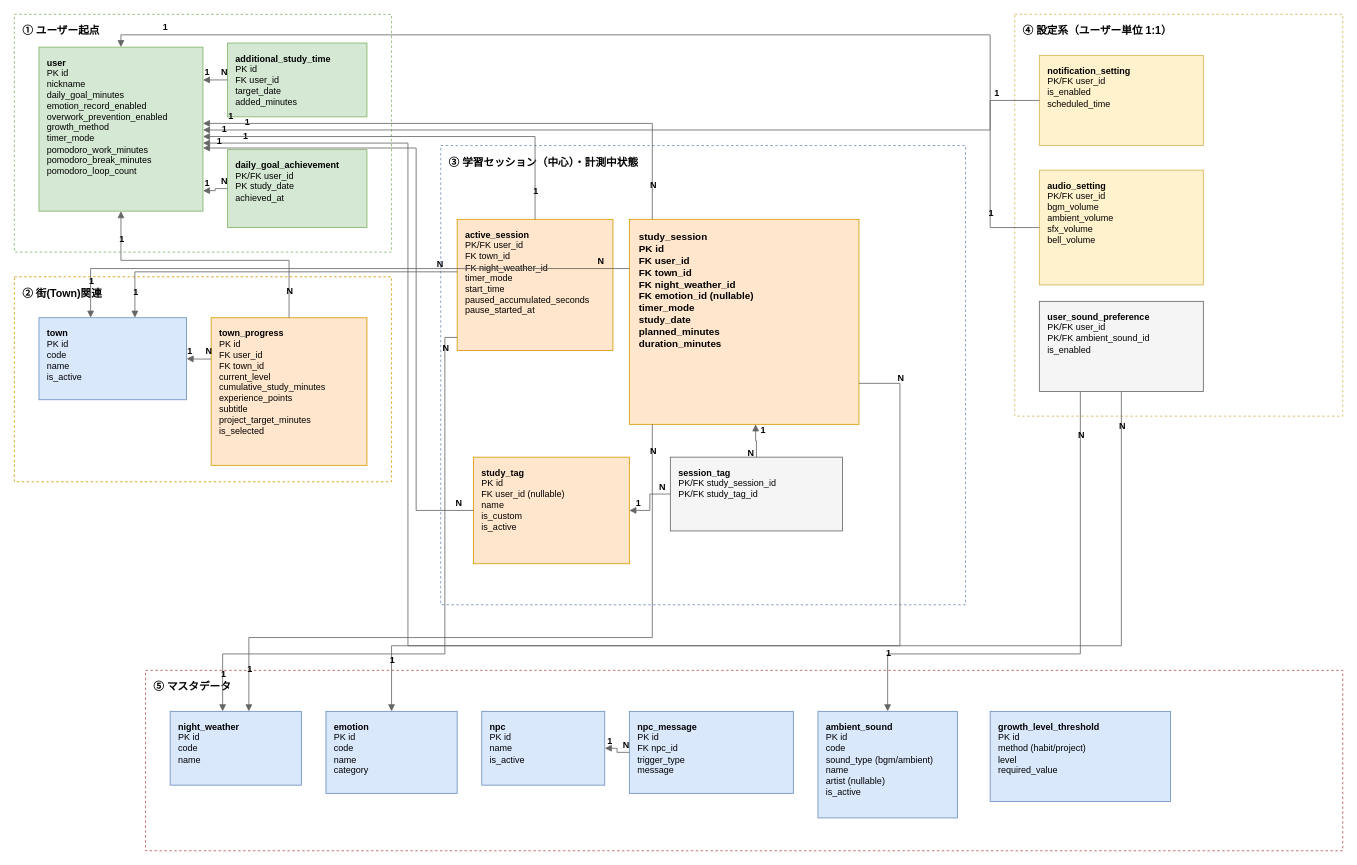
Above: docs/chill_night_town_E-R図_v2.drawio in komuro2525/chill-night-town (draw.io), before the change. Source tidied: cells renumbered, new cells numbered last; positions are measured from the earlier drawing's top-left corner, leaving out a move shared by most shapes. Both pictures are drawn from the tidied source at 82%, with x=0, y=0 at pixel (14, 14).
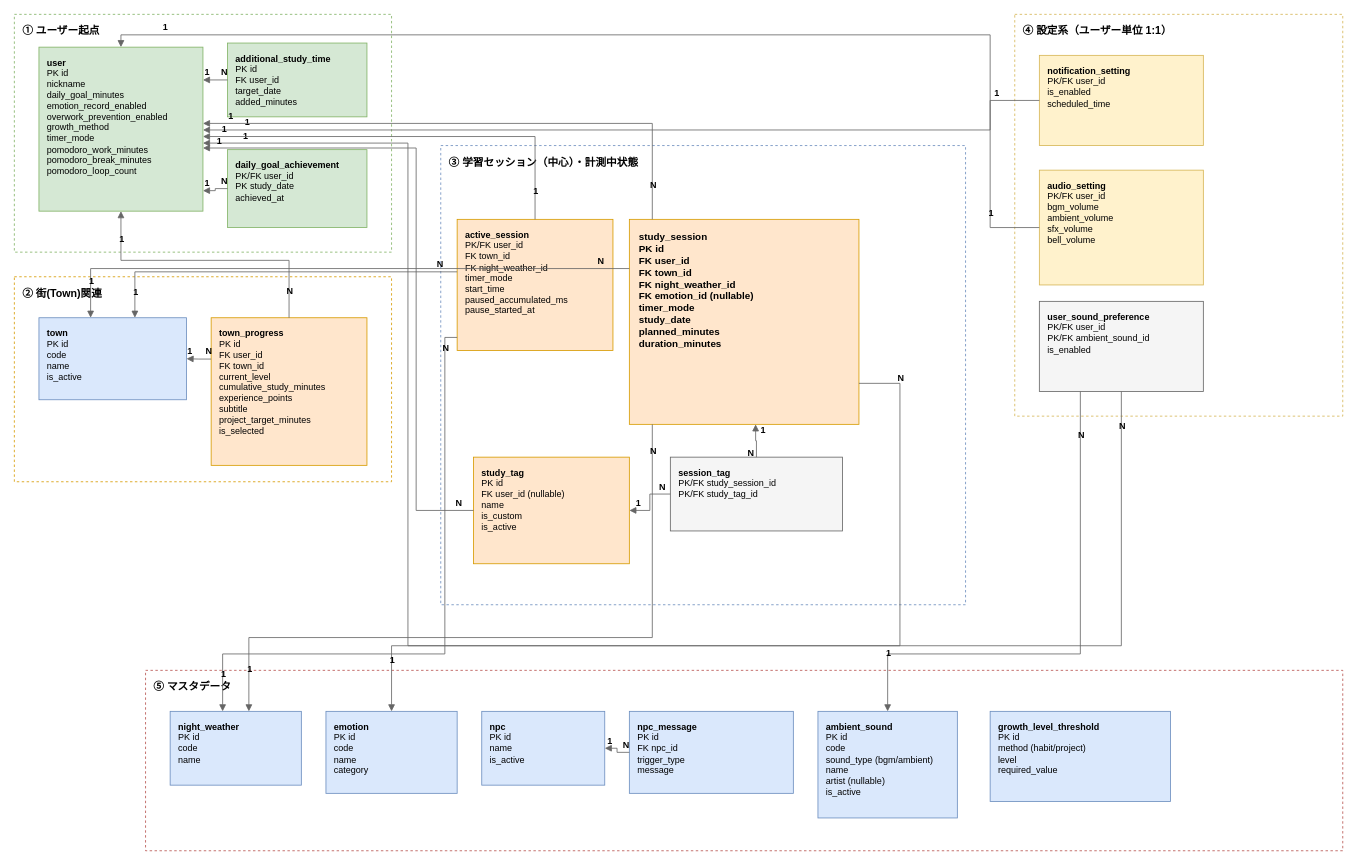
The same page after the edit.

What changed in the source:
```diff
@@
-    <mxCell id="12" value="&lt;b&gt;active_session&lt;/b&gt;&lt;br&gt;PK/FK user_id&lt;br&gt;FK town_id&lt;br&gt;FK night_weather_id&lt;br&gt;timer_mode&lt;br&gt;start_time&lt;br&gt;paused_accumulated_seconds&lt;br&gt;pause_started_at" style="rounded=0;whiteSpace=wrap;html=1;align=left;verticalAlign=top;spacingLeft=8;spacingTop=6;fillColor=#ffe6cc;strokeColor=#d79b00;fontSize=11;" parent="1" vertex="1">
+    <mxCell id="12" value="&lt;b&gt;active_session&lt;/b&gt;&lt;br&gt;PK/FK user_id&lt;br&gt;FK town_id&lt;br&gt;FK night_weather_id&lt;br&gt;timer_mode&lt;br&gt;start_time&lt;br&gt;paused_accumulated_ms&lt;br&gt;pause_started_at" style="rounded=0;whiteSpace=wrap;html=1;align=left;verticalAlign=top;spacingLeft=8;spacingTop=6;fillColor=#ffe6cc;strokeColor=#d79b00;fontSize=11;" parent="1" vertex="1">
       <mxGeometry x="540" y="250" width="190" height="160" as="geometry" />
     </mxCell>
```
